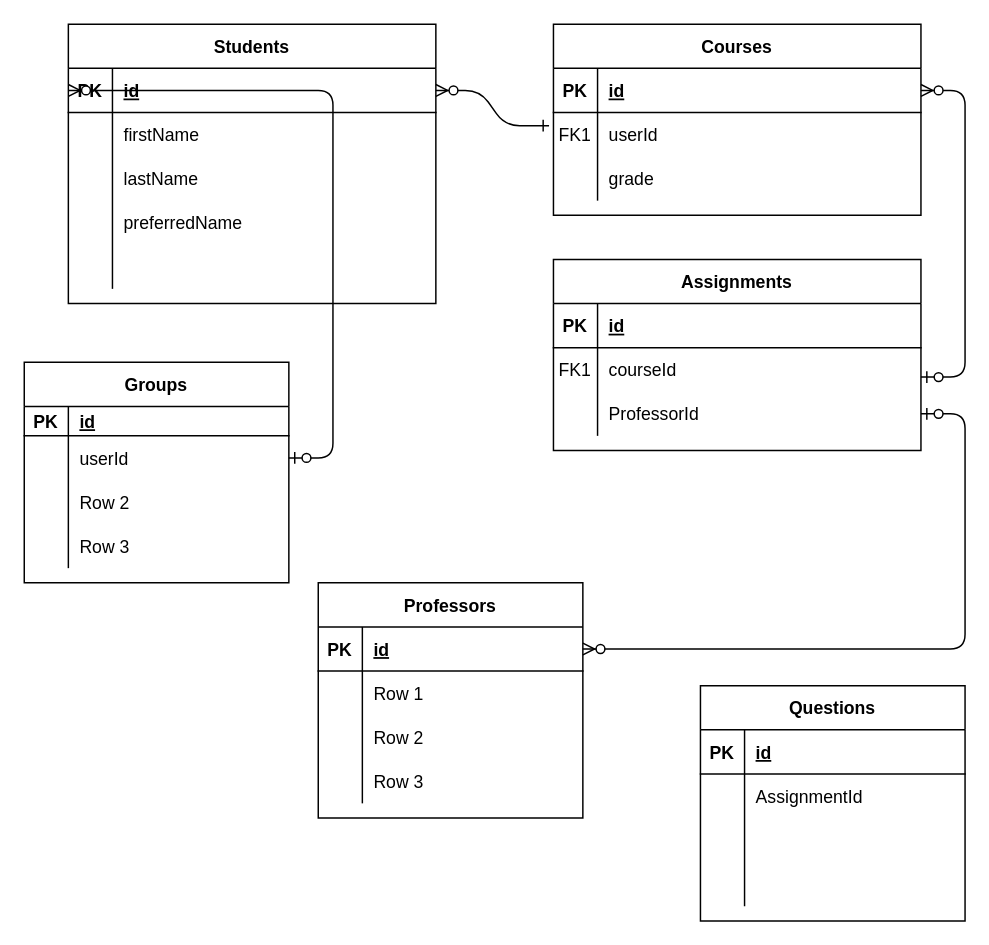
This is tophat ERD.drawio from HenryMao/smartTopHat, a draw.io file, before an edit. Source tidied: cells renumbered, new cells numbered last; positions are measured from the earlier drawing's top-left corner, leaving out a move shared by most shapes. Both pictures are drawn from the tidied source at 147%, with x=0, y=0 at pixel (24, 24).
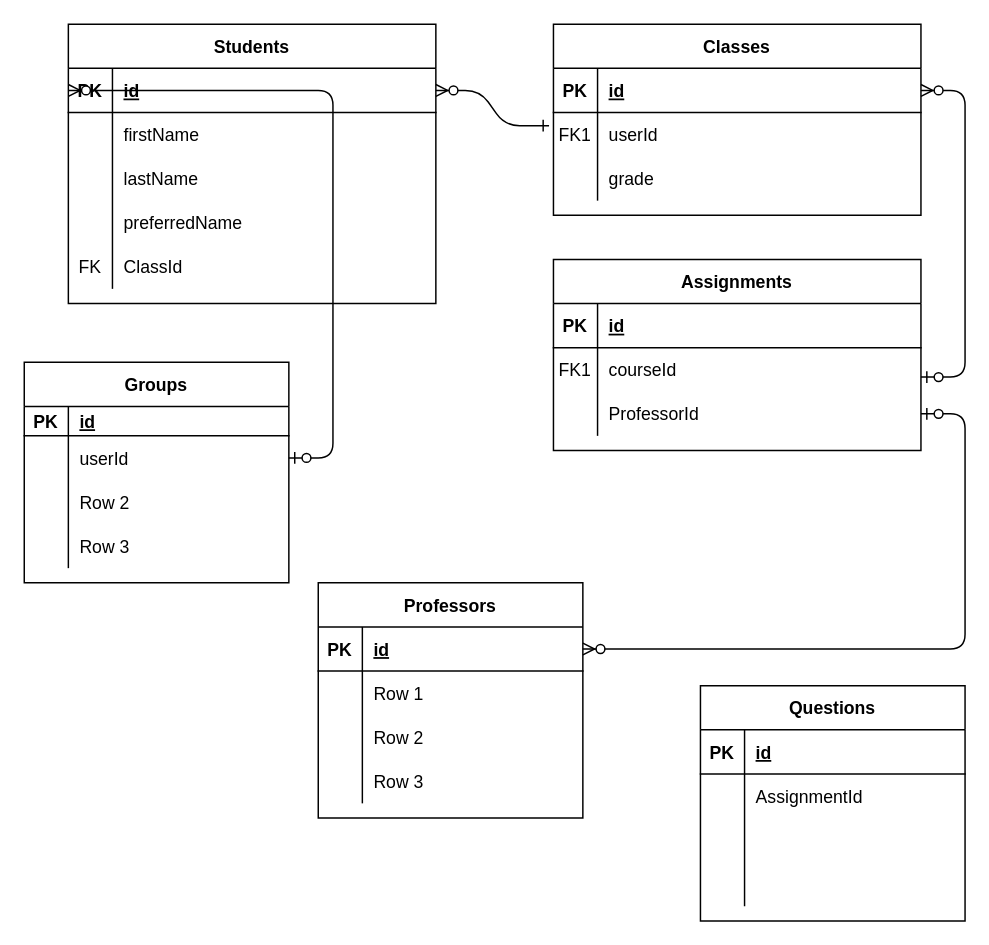
The same diagram, later.

Unchanged cells that the change refers to:
```xml
<mxCell id="36" style="shape=partialRectangle;fillColor=none;top=0;left=0;right=0;bottom=0;" parent="23" vertex="1">
  <mxGeometry y="150" width="250" height="30" as="geometry" />
</mxCell>
```

The edit, as a diff of the source:
```diff
@@
-    <mxCell id="3" value="Courses" style="shape=table;startSize=30;childLayout=tableLayout;rowLines=0;fontStyle=1;align=center;" parent="1" vertex="1">
+    <mxCell id="3" value="Classes" style="shape=table;startSize=30;childLayout=tableLayout;rowLines=0;fontStyle=1;align=center;" parent="1" vertex="1">
       <mxGeometry x="360" width="250" height="130" as="geometry" />
     </mxCell>
@@
-    <mxCell id="37" style="shape=partialRectangle;overflow=hidden;fillColor=none;top=0;left=0;bottom=0;right=0;" parent="36" vertex="1">
+    <mxCell id="37" value="FK" style="shape=partialRectangle;overflow=hidden;fillColor=none;top=0;left=0;bottom=0;right=0;" parent="36" vertex="1">
       <mxGeometry width="30" height="30" as="geometry" />
     </mxCell>
-    <mxCell id="38" style="shape=partialRectangle;overflow=hidden;fillColor=none;top=0;left=0;bottom=0;right=0;align=left;spacingLeft=6;" parent="36" vertex="1">
+    <mxCell id="38" value="ClassId" style="shape=partialRectangle;overflow=hidden;fillColor=none;top=0;left=0;bottom=0;right=0;align=left;spacingLeft=6;" parent="36" vertex="1">
       <mxGeometry x="30" width="220" height="30" as="geometry" />
     </mxCell>
```
